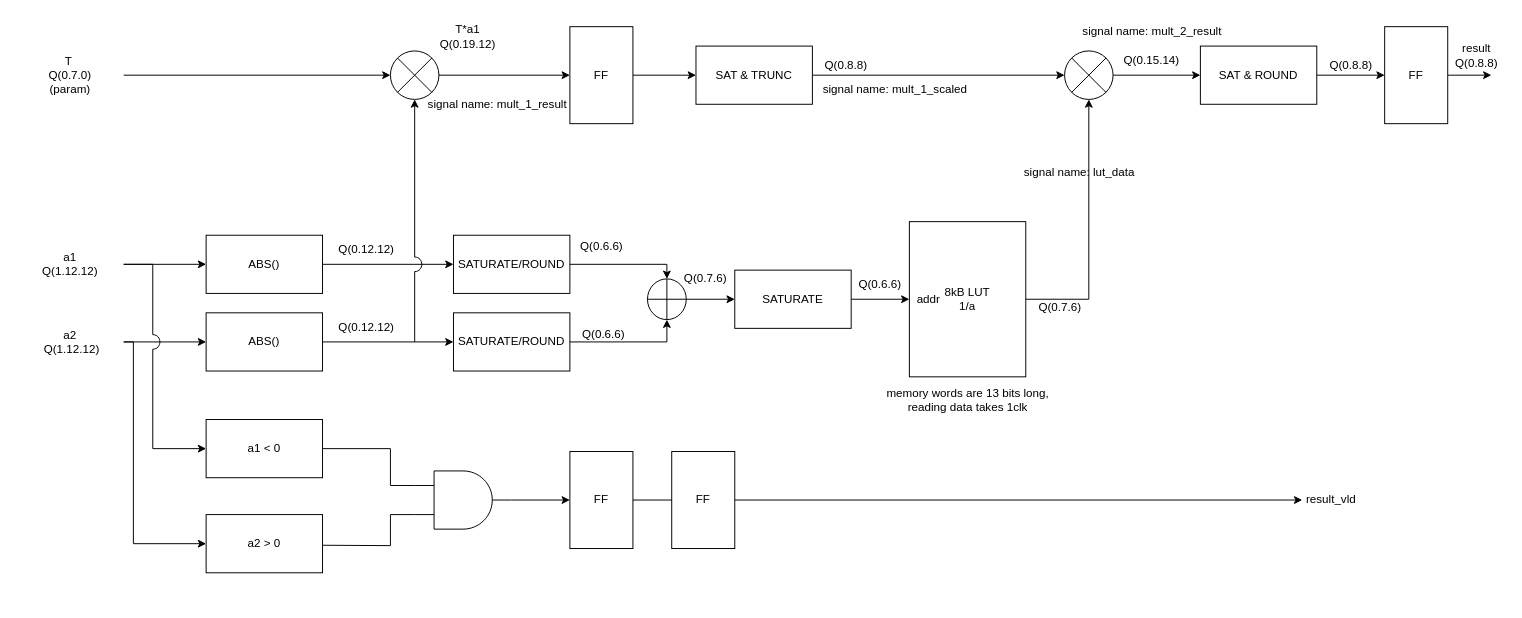
Above: block_diagrams/zero_cross_v2.drawio in maj77/DCFD (draw.io), before the change. Source tidied: cells renumbered, new cells numbered last; positions are measured from the earlier drawing's top-left corner, leaving out a move shared by most shapes. Both pictures are drawn from the tidied source at 97%, with x=0, y=0 at pixel (16, 16).
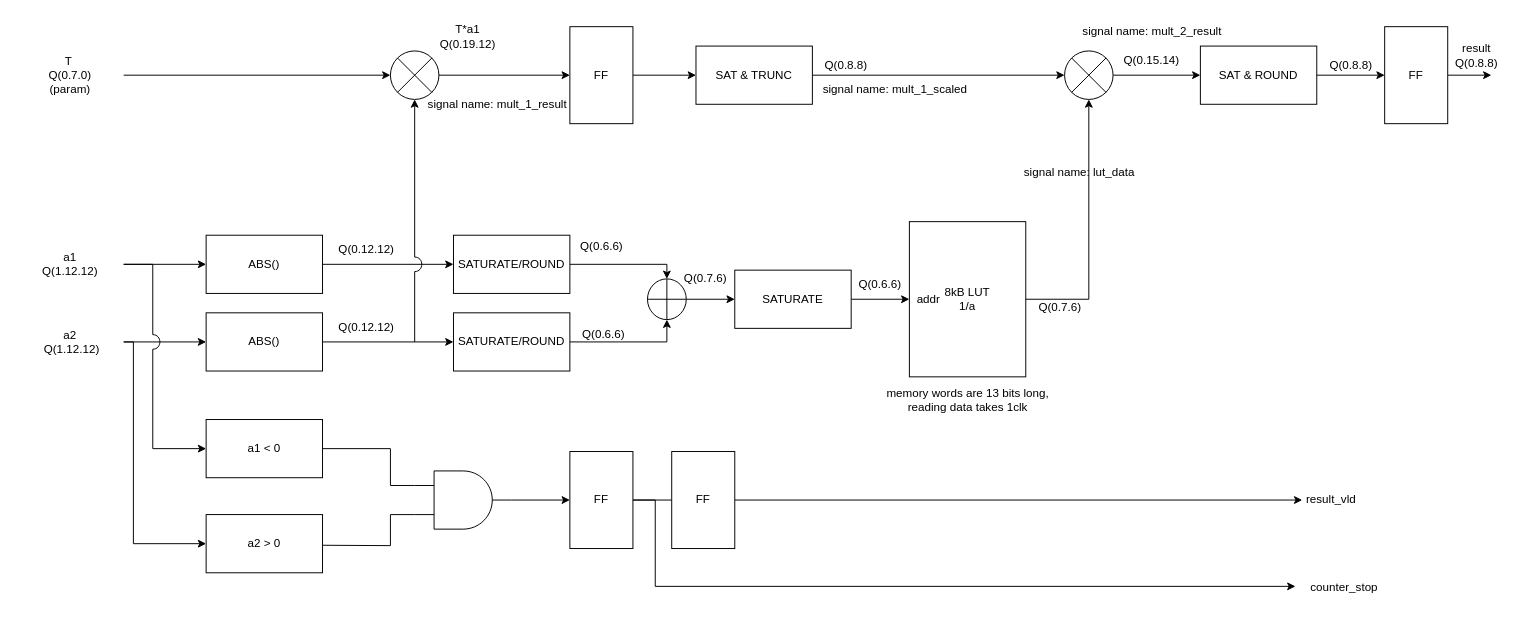
The same page after the edit.

The edit, as a diff of the source:
```diff
@@
+    <mxCell id="65" style="endArrow=classic;html=1;rounded=0;" parent="1" edge="1">
+      <mxGeometry relative="1" as="geometry">
+        <mxPoint x="635" y="498" as="sourcePoint" />
+        <mxPoint x="1318" y="587" as="targetPoint" />
+        <Array as="points">
+          <mxPoint x="658" y="498" />
+          <mxPoint x="658" y="587" />
+        </Array>
+      </mxGeometry>
+    </mxCell>
+    <mxCell id="66" value="counter_stop" style="text;html=1;align=center;verticalAlign=middle;strokeColor=none;fillColor=none;" parent="1" vertex="1">
+      <mxGeometry x="1323" y="573" width="90" height="30" as="geometry" />
+    </mxCell>
```
